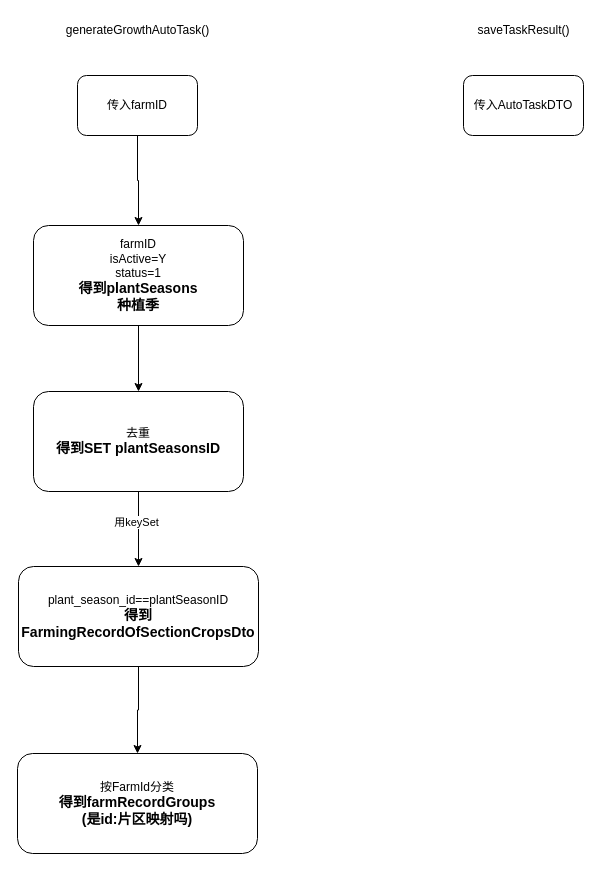
RK-JD/DrawIO keeps this draw.io diagram as generateGrowth变量图.drawio. Above is the earlier version. Source tidied: cells renumbered, new cells numbered last; positions are measured from the earlier drawing's top-left corner, leaving out a move shared by most shapes. Both pictures are drawn from the tidied source at 100%, with x=0, y=0 at pixel (17, 17).
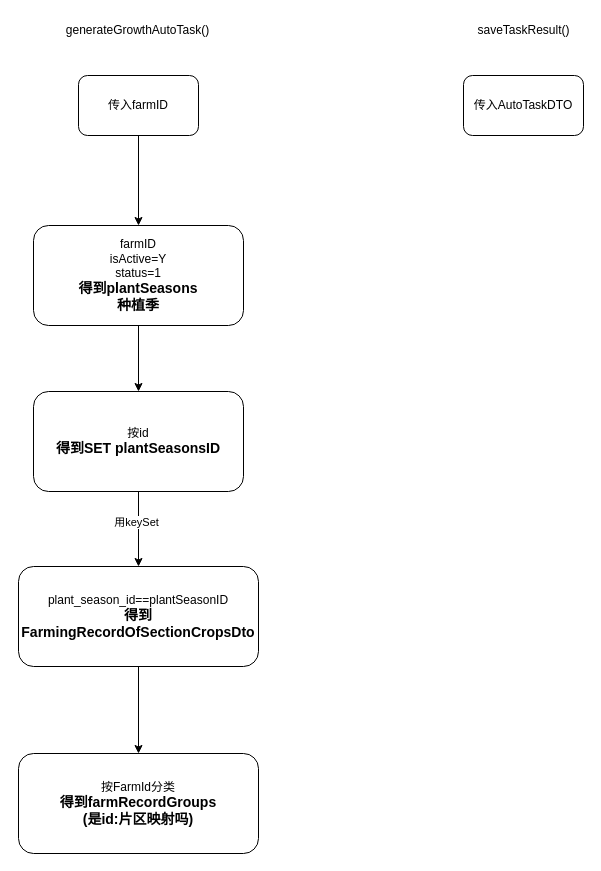
The same diagram, later.

Commit message:
更新generateGrowth变量图.drawio

Diff of the diagram source:
```diff
@@
 <mxGraphModel>
   <root>
     <mxCell id="0" />
     <mxCell id="1" parent="0" />
     <mxCell id="2" style="edgeStyle=orthogonalEdgeStyle;rounded=0;jettySize=auto;html=1;exitX=0.5;exitY=1;exitDx=0;exitDy=0;entryX=0.5;entryY=0;entryDx=0;entryDy=0;" parent="1" edge="1" source="3" target="5">
       <mxGeometry relative="1" as="geometry" />
     </mxCell>
     <mxCell id="3" value="传入farmID" style="rounded=1;whiteSpace=wrap;html=1;" parent="1" vertex="1">
-      <mxGeometry x="60" y="58" width="120" height="60" as="geometry" />
+      <mxGeometry x="61" y="58" width="120" height="60" as="geometry" />
     </mxCell>
     <mxCell id="4" style="edgeStyle=orthogonalEdgeStyle;rounded=0;jettySize=auto;html=1;exitX=0.5;exitY=1;exitDx=0;exitDy=0;entryX=0.5;entryY=0;entryDx=0;entryDy=0;" parent="1" edge="1" source="5" target="8">
       <mxGeometry relative="1" as="geometry" />
     </mxCell>
     <mxCell id="5" value="farmID&lt;div&gt;isActive=Y&lt;/div&gt;&lt;div&gt;status=1&lt;/div&gt;&lt;div&gt;&lt;b&gt;&lt;font style=&quot;font-size: 14px;&quot;&gt;得到plantSeasons&lt;/font&gt;&lt;/b&gt;&lt;/div&gt;&lt;div&gt;&lt;b&gt;&lt;font style=&quot;font-size: 14px;&quot;&gt;种植季&lt;/font&gt;&lt;/b&gt;&lt;/div&gt;" style="rounded=1;whiteSpace=wrap;html=1;" parent="1" vertex="1">
       <mxGeometry x="16" y="208" width="210" height="100" as="geometry" />
     </mxCell>
     <mxCell id="6" style="edgeStyle=orthogonalEdgeStyle;rounded=0;jettySize=auto;html=1;exitX=0.5;exitY=1;exitDx=0;exitDy=0;entryX=0.5;entryY=0;entryDx=0;entryDy=0;" parent="1" edge="1" source="8" target="10">
       <mxGeometry relative="1" as="geometry" />
     </mxCell>
     <mxCell id="7" value="用keySet" style="edgeLabel;html=1;align=center;verticalAlign=middle;" parent="6" vertex="1">
       <mxGeometry x="-0.19" y="-3" relative="1" as="geometry" />
     </mxCell>
-    <mxCell id="8" value="去重&lt;br&gt;&lt;div&gt;&lt;b&gt;&lt;font style=&quot;font-size: 14px;&quot;&gt;得到SET plantSeasonsID&lt;/font&gt;&lt;/b&gt;&lt;/div&gt;" style="rounded=1;whiteSpace=wrap;html=1;" parent="1" vertex="1">
+    <mxCell id="8" value="按id&lt;br&gt;&lt;div&gt;&lt;b&gt;&lt;font style=&quot;font-size: 14px;&quot;&gt;得到SET plantSeasonsID&lt;/font&gt;&lt;/b&gt;&lt;/div&gt;" style="rounded=1;whiteSpace=wrap;html=1;" parent="1" vertex="1">
       <mxGeometry x="16" y="374" width="210" height="100" as="geometry" />
     </mxCell>
     <mxCell id="9" style="edgeStyle=orthogonalEdgeStyle;rounded=0;jettySize=auto;html=1;exitX=0.5;exitY=1;exitDx=0;exitDy=0;entryX=0.5;entryY=0;entryDx=0;entryDy=0;" parent="1" edge="1" source="10" target="11">
       <mxGeometry relative="1" as="geometry" />
     </mxCell>
     <mxCell id="10" value="plant_season_id==plantSeasonID&lt;br&gt;&lt;div&gt;&lt;b&gt;&lt;font style=&quot;font-size: 14px;&quot;&gt;得到&lt;/font&gt;&lt;/b&gt;&lt;span style=&quot;background-color: initial; font-size: 14px;&quot;&gt;&lt;b&gt;FarmingRecordOfSectionCropsDto&lt;/b&gt;&lt;/span&gt;&lt;/div&gt;" style="rounded=1;whiteSpace=wrap;html=1;" parent="1" vertex="1">
       <mxGeometry x="1" y="549" width="240" height="100" as="geometry" />
     </mxCell>
     <mxCell id="11" value="按FarmId分类&lt;br&gt;&lt;div&gt;&lt;b&gt;&lt;font style=&quot;font-size: 14px;&quot;&gt;得到&lt;/font&gt;&lt;/b&gt;&lt;span style=&quot;background-color: initial; font-size: 14px;&quot;&gt;&lt;b&gt;farmRecordGroups&lt;/b&gt;&lt;/span&gt;&lt;/div&gt;&lt;div&gt;&lt;span style=&quot;font-size: 14px;&quot;&gt;&lt;b&gt;(是id:片区映射吗)&lt;/b&gt;&lt;/span&gt;&lt;/div&gt;" style="rounded=1;whiteSpace=wrap;html=1;" parent="1" vertex="1">
-      <mxGeometry y="736" width="240" height="100" as="geometry" />
+      <mxGeometry x="1" y="736" width="240" height="100" as="geometry" />
     </mxCell>
     <mxCell id="12" value="generateGrowthAutoTask()" style="text;html=1;align=center;verticalAlign=middle;strokeColor=none;fillColor=none;" parent="1" vertex="1">
       <mxGeometry x="39.5" width="161" height="26" as="geometry" />
     </mxCell>
     <mxCell id="13" value="saveTaskResult()" style="text;html=1;align=center;verticalAlign=middle;strokeColor=none;fillColor=none;" parent="1" vertex="1">
       <mxGeometry x="451" width="110" height="26" as="geometry" />
     </mxCell>
     <mxCell id="14" value="传入AutoTaskDTO" style="rounded=1;whiteSpace=wrap;html=1;" parent="1" vertex="1">
       <mxGeometry x="446" y="58" width="120" height="60" as="geometry" />
     </mxCell>
   </root>
 </mxGraphModel>
```
